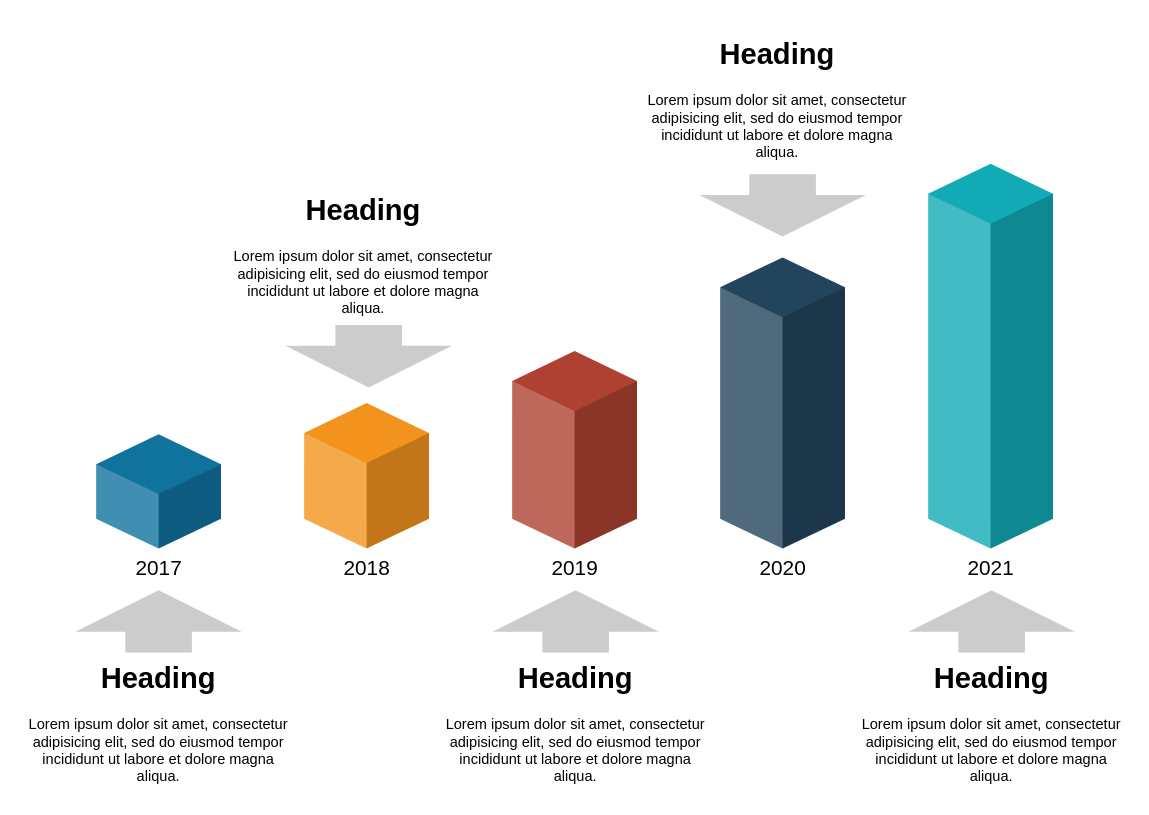
The draw.io diagram pinot-spi/Untitled Diagram.drawio in Moki00/pinot, before the edit. Source tidied: cells renumbered, new cells numbered last; positions are measured from the earlier drawing's top-left corner, leaving out a move shared by most shapes. Both pictures are drawn from the tidied source at 104%, with x=0, y=0 at pixel (18, 28).
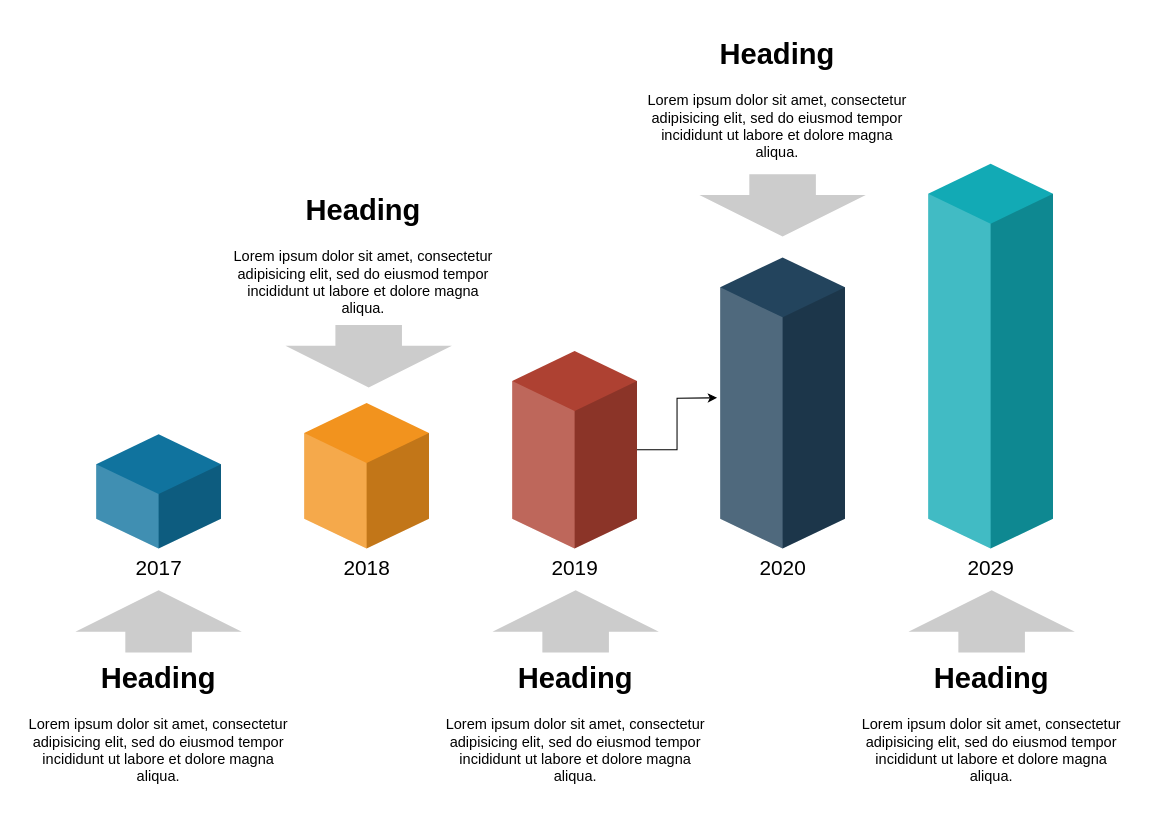
The same page after the edit.

The edit, as a diff of the source:
```diff
@@
 <mxGraphModel>
   <root>
     <mxCell id="0" />
     <mxCell id="1" parent="0" />
     <mxCell id="2" style="html=1;shadow=0;dashed=0;align=center;verticalAlign=middle;shape=mxgraph.arrows2.arrow;dy=0.6;dx=40;direction=north;notch=0;strokeWidth=2;fillColor=#CCCCCC;fontSize=14;fontColor=#000000;strokeColor=none;" parent="1" vertex="1">
       <mxGeometry x="55" y="540" width="160" height="60" as="geometry" />
     </mxCell>
     <mxCell id="3" value="2017" style="verticalLabelPosition=bottom;verticalAlign=top;html=1;shape=mxgraph.infographic.shadedCube;isoAngle=15;fillColor=#10739E;strokeColor=none;fontFamily=Helvetica;fontSize=20;align=center;strokeWidth=2;" parent="1" vertex="1">
       <mxGeometry x="75" y="390" width="120" height="110" as="geometry" />
     </mxCell>
     <mxCell id="4" value="2018" style="verticalLabelPosition=bottom;verticalAlign=top;html=1;shape=mxgraph.infographic.shadedCube;isoAngle=15;fillColor=#F2931E;strokeColor=none;fontFamily=Helvetica;fontSize=20;align=center;strokeWidth=2;" parent="1" vertex="1">
       <mxGeometry x="275" y="360" width="120" height="140" as="geometry" />
     </mxCell>
+    <mxCell id="17" style="edgeStyle=orthogonalEdgeStyle;rounded=0;jettySize=auto;html=1;" parent="1" edge="1" source="5">
+      <mxGeometry relative="1" as="geometry">
+        <mxPoint x="672" y="355" as="targetPoint" />
+      </mxGeometry>
+    </mxCell>
     <mxCell id="5" value="2019" style="verticalLabelPosition=bottom;verticalAlign=top;html=1;shape=mxgraph.infographic.shadedCube;isoAngle=15;fillColor=#AE4132;strokeColor=none;fontFamily=Helvetica;fontSize=20;align=center;strokeWidth=2;" parent="1" vertex="1">
       <mxGeometry x="475" y="310" width="120" height="190" as="geometry" />
     </mxCell>
     <mxCell id="6" value="2020" style="verticalLabelPosition=bottom;verticalAlign=top;html=1;shape=mxgraph.infographic.shadedCube;isoAngle=15;fillColor=#23445D;strokeColor=none;fontFamily=Helvetica;fontSize=20;align=center;strokeWidth=2;" parent="1" vertex="1">
       <mxGeometry x="675" y="220" width="120" height="280" as="geometry" />
     </mxCell>
-    <mxCell id="7" value="2021" style="verticalLabelPosition=bottom;verticalAlign=top;html=1;shape=mxgraph.infographic.shadedCube;isoAngle=15;fillColor=#12AAB5;strokeColor=none;fontFamily=Helvetica;fontSize=20;align=center;strokeWidth=2;" parent="1" vertex="1">
+    <mxCell id="7" value="2029" style="verticalLabelPosition=bottom;verticalAlign=top;html=1;shape=mxgraph.infographic.shadedCube;isoAngle=15;fillColor=#12AAB5;strokeColor=none;fontFamily=Helvetica;fontSize=20;align=center;strokeWidth=2;" parent="1" vertex="1">
       <mxGeometry x="875" y="130" width="120" height="370" as="geometry" />
     </mxCell>
     <mxCell id="8" value="&lt;h1&gt;Heading&lt;/h1&gt;&lt;p&gt;Lorem ipsum dolor sit amet, consectetur adipisicing elit, sed do eiusmod tempor incididunt ut labore et dolore magna aliqua.&lt;/p&gt;" style="text;html=1;spacing=5;spacingTop=-20;whiteSpace=wrap;overflow=hidden;strokeWidth=2;fillColor=none;gradientColor=none;fontSize=14;align=center;" parent="1" vertex="1">
       <mxGeometry y="600" width="270" height="140" as="geometry" />
     </mxCell>
     <mxCell id="9" value="&lt;h1&gt;Heading&lt;/h1&gt;&lt;p&gt;Lorem ipsum dolor sit amet, consectetur adipisicing elit, sed do eiusmod tempor incididunt ut labore et dolore magna aliqua.&lt;/p&gt;" style="text;html=1;spacing=5;spacingTop=-20;whiteSpace=wrap;overflow=hidden;strokeWidth=2;fillColor=none;gradientColor=none;fontSize=14;align=center;" parent="1" vertex="1">
       <mxGeometry x="197" y="150" width="270" height="140" as="geometry" />
     </mxCell>
     <mxCell id="10" value="&lt;h1&gt;Heading&lt;/h1&gt;&lt;p&gt;Lorem ipsum dolor sit amet, consectetur adipisicing elit, sed do eiusmod tempor incididunt ut labore et dolore magna aliqua.&lt;/p&gt;" style="text;html=1;spacing=5;spacingTop=-20;whiteSpace=wrap;overflow=hidden;strokeWidth=2;fillColor=none;gradientColor=none;fontSize=14;align=center;" parent="1" vertex="1">
       <mxGeometry x="401" y="600" width="270" height="140" as="geometry" />
     </mxCell>
     <mxCell id="11" value="&lt;h1&gt;Heading&lt;/h1&gt;&lt;p&gt;Lorem ipsum dolor sit amet, consectetur adipisicing elit, sed do eiusmod tempor incididunt ut labore et dolore magna aliqua.&lt;/p&gt;" style="text;html=1;spacing=5;spacingTop=-20;whiteSpace=wrap;overflow=hidden;strokeWidth=2;fillColor=none;gradientColor=none;fontSize=14;align=center;" parent="1" vertex="1">
       <mxGeometry x="801" y="600" width="270" height="140" as="geometry" />
     </mxCell>
     <mxCell id="12" value="&lt;h1&gt;Heading&lt;/h1&gt;&lt;p&gt;Lorem ipsum dolor sit amet, consectetur adipisicing elit, sed do eiusmod tempor incididunt ut labore et dolore magna aliqua.&lt;/p&gt;" style="text;html=1;spacing=5;spacingTop=-20;whiteSpace=wrap;overflow=hidden;strokeWidth=2;fillColor=none;gradientColor=none;fontSize=14;align=center;" parent="1" vertex="1">
       <mxGeometry x="595" width="270" height="140" as="geometry" />
     </mxCell>
     <mxCell id="13" style="html=1;shadow=0;dashed=0;align=center;verticalAlign=middle;shape=mxgraph.arrows2.arrow;dy=0.6;dx=40;direction=north;notch=0;strokeWidth=2;fillColor=#CCCCCC;fontSize=14;fontColor=#000000;strokeColor=none;" parent="1" vertex="1">
       <mxGeometry x="456" y="540" width="160" height="60" as="geometry" />
     </mxCell>
     <mxCell id="14" style="html=1;shadow=0;dashed=0;align=center;verticalAlign=middle;shape=mxgraph.arrows2.arrow;dy=0.6;dx=40;direction=north;notch=0;strokeWidth=2;fillColor=#CCCCCC;fontSize=14;fontColor=#000000;strokeColor=none;" parent="1" vertex="1">
       <mxGeometry x="856" y="540" width="160" height="60" as="geometry" />
     </mxCell>
     <mxCell id="15" style="html=1;shadow=0;dashed=0;align=center;verticalAlign=middle;shape=mxgraph.arrows2.arrow;dy=0.6;dx=40;direction=north;notch=0;strokeWidth=2;fillColor=#CCCCCC;fontSize=14;fontColor=#000000;strokeColor=none;flipV=1;" parent="1" vertex="1">
       <mxGeometry x="257" y="285" width="160" height="60" as="geometry" />
     </mxCell>
     <mxCell id="16" style="html=1;shadow=0;dashed=0;align=center;verticalAlign=middle;shape=mxgraph.arrows2.arrow;dy=0.6;dx=40;direction=north;notch=0;strokeWidth=2;fillColor=#CCCCCC;fontSize=14;fontColor=#000000;strokeColor=none;flipV=1;" parent="1" vertex="1">
       <mxGeometry x="655" y="140" width="160" height="60" as="geometry" />
     </mxCell>
   </root>
 </mxGraphModel>
```
